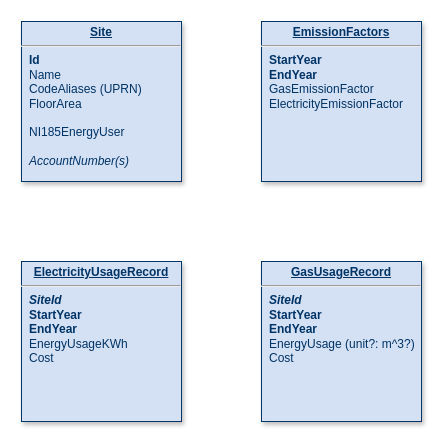
This is documents/database-design/database.drawio from COMP2281/software-engineering-group24-25-19, a draw.io file, before an edit. Source tidied: cells renumbered, new cells numbered last; positions are measured from the earlier drawing's top-left corner, leaving out a move shared by most shapes. Both pictures are drawn from the tidied source at 100%, with x=0, y=0 at pixel (21, 21).
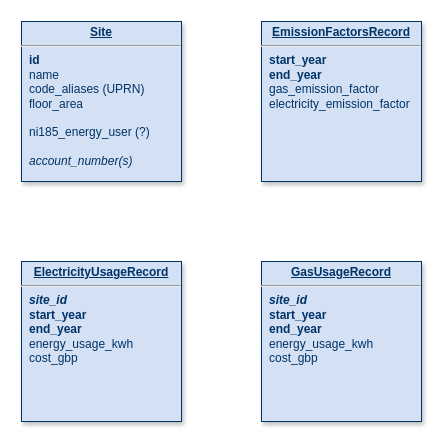
Above is the later version.

Commit message:
docs: update database design diagram

What changed in the source:
```diff
@@
 <mxGraphModel>
   <root>
     <mxCell id="0" />
     <mxCell id="1" parent="0" />
-    <mxCell id="2" value="&lt;p style=&quot;margin: 0px; margin-top: 4px; text-align: center; text-decoration: underline;&quot;&gt;&lt;strong&gt;ElectricityUsageRecord&lt;/strong&gt;&lt;/p&gt;&lt;hr&gt;&lt;p style=&quot;margin: 0px; margin-left: 8px;&quot;&gt;&lt;b&gt;&lt;i&gt;SiteId&lt;/i&gt;&lt;br&gt;&lt;/b&gt;&lt;/p&gt;&lt;p style=&quot;margin: 0px; margin-left: 8px;&quot;&gt;&lt;b&gt;StartYear&lt;br&gt;&lt;/b&gt;&lt;/p&gt;&lt;p style=&quot;margin: 0px; margin-left: 8px;&quot;&gt;&lt;b&gt;EndYear&lt;/b&gt;&lt;/p&gt;&lt;p style=&quot;margin: 0px; margin-left: 8px;&quot;&gt;EnergyUsageKWh&lt;/p&gt;&lt;p style=&quot;margin: 0px; margin-left: 8px;&quot;&gt;Cost&lt;/p&gt;" style="verticalAlign=top;align=left;overflow=fill;fontSize=12;fontFamily=Helvetica;html=1;strokeColor=#003366;shadow=1;fillColor=#D4E1F5;fontColor=#003366;" parent="1" vertex="1">
+    <mxCell id="2" value="&lt;p style=&quot;margin: 0px; margin-top: 4px; text-align: center; text-decoration: underline;&quot;&gt;&lt;strong&gt;ElectricityUsageRecord&lt;/strong&gt;&lt;/p&gt;&lt;hr&gt;&lt;p style=&quot;margin: 0px; margin-left: 8px;&quot;&gt;&lt;b&gt;&lt;i&gt;site_id&lt;/i&gt;&lt;br&gt;&lt;/b&gt;&lt;/p&gt;&lt;p style=&quot;margin: 0px; margin-left: 8px;&quot;&gt;&lt;b&gt;start_year&lt;br&gt;&lt;/b&gt;&lt;/p&gt;&lt;p style=&quot;margin: 0px; margin-left: 8px;&quot;&gt;&lt;b&gt;end_year&lt;/b&gt;&lt;/p&gt;&lt;p style=&quot;margin: 0px; margin-left: 8px;&quot;&gt;energy_usage_kwh&lt;/p&gt;&lt;p style=&quot;margin: 0px; margin-left: 8px;&quot;&gt;cost_gbp&lt;/p&gt;" style="verticalAlign=top;align=left;overflow=fill;fontSize=12;fontFamily=Helvetica;html=1;strokeColor=#003366;shadow=1;fillColor=#D4E1F5;fontColor=#003366;" parent="1" vertex="1">
       <mxGeometry y="240" width="160" height="160" as="geometry" />
     </mxCell>
-    <mxCell id="3" value="&lt;p style=&quot;margin: 0px; margin-top: 4px; text-align: center; text-decoration: underline;&quot;&gt;&lt;strong&gt;Site&lt;br&gt;&lt;/strong&gt;&lt;/p&gt;&lt;hr&gt;&lt;p style=&quot;margin: 0px; margin-left: 8px;&quot;&gt;&lt;b&gt;Id&lt;/b&gt;&lt;/p&gt;&lt;p style=&quot;margin: 0px; margin-left: 8px;&quot;&gt;Name&lt;br&gt;&lt;/p&gt;&lt;p style=&quot;margin: 0px; margin-left: 8px;&quot;&gt;CodeAliases (UPRN)&lt;br&gt;&lt;/p&gt;&lt;p style=&quot;margin: 0px; margin-left: 8px;&quot;&gt;FloorArea&lt;/p&gt;&lt;p style=&quot;margin: 0px; margin-left: 8px;&quot;&gt;&lt;br&gt;&lt;/p&gt;&lt;p style=&quot;margin: 0px; margin-left: 8px;&quot;&gt;NI185EnergyUser&lt;/p&gt;&lt;p style=&quot;margin: 0px; margin-left: 8px;&quot;&gt;&lt;br&gt;&lt;/p&gt;&lt;p style=&quot;margin: 0px; margin-left: 8px;&quot;&gt;&lt;i&gt;AccountNumber(s)&lt;/i&gt;&lt;/p&gt;" style="verticalAlign=top;align=left;overflow=fill;fontSize=12;fontFamily=Helvetica;html=1;strokeColor=#003366;shadow=1;fillColor=#D4E1F5;fontColor=#003366;" parent="1" vertex="1">
+    <mxCell id="3" value="&lt;p style=&quot;margin: 0px; margin-top: 4px; text-align: center; text-decoration: underline;&quot;&gt;&lt;strong&gt;Site&lt;br&gt;&lt;/strong&gt;&lt;/p&gt;&lt;hr&gt;&lt;p style=&quot;margin: 0px; margin-left: 8px;&quot;&gt;&lt;b&gt;id&lt;/b&gt;&lt;/p&gt;&lt;p style=&quot;margin: 0px; margin-left: 8px;&quot;&gt;name&lt;br&gt;&lt;/p&gt;&lt;p style=&quot;margin: 0px; margin-left: 8px;&quot;&gt;code_aliases (UPRN)&lt;br&gt;&lt;/p&gt;&lt;p style=&quot;margin: 0px; margin-left: 8px;&quot;&gt;floor_area&lt;/p&gt;&lt;p style=&quot;margin: 0px; margin-left: 8px;&quot;&gt;&lt;br&gt;&lt;/p&gt;&lt;p style=&quot;margin: 0px; margin-left: 8px;&quot;&gt;ni185_energy_user (?)&lt;/p&gt;&lt;p style=&quot;margin: 0px; margin-left: 8px;&quot;&gt;&lt;br&gt;&lt;/p&gt;&lt;p style=&quot;margin: 0px; margin-left: 8px;&quot;&gt;&lt;i&gt;account_number(s)&lt;/i&gt;&lt;/p&gt;" style="verticalAlign=top;align=left;overflow=fill;fontSize=12;fontFamily=Helvetica;html=1;strokeColor=#003366;shadow=1;fillColor=#D4E1F5;fontColor=#003366;" parent="1" vertex="1">
       <mxGeometry width="160" height="160" as="geometry" />
     </mxCell>
-    <mxCell id="4" value="&lt;p style=&quot;margin: 0px; margin-top: 4px; text-align: center; text-decoration: underline;&quot;&gt;&lt;strong&gt;GasUsageRecord&lt;/strong&gt;&lt;/p&gt;&lt;hr&gt;&lt;p style=&quot;margin: 0px; margin-left: 8px;&quot;&gt;&lt;b&gt;&lt;i&gt;SiteId&lt;/i&gt;&lt;br&gt;&lt;/b&gt;&lt;/p&gt;&lt;p style=&quot;margin: 0px; margin-left: 8px;&quot;&gt;&lt;b&gt;StartYear&lt;br&gt;&lt;/b&gt;&lt;/p&gt;&lt;p style=&quot;margin: 0px; margin-left: 8px;&quot;&gt;&lt;b&gt;EndYear&lt;/b&gt;&lt;/p&gt;&lt;p style=&quot;margin: 0px; margin-left: 8px;&quot;&gt;EnergyUsage (unit?: m^3?)&lt;br&gt;&lt;/p&gt;&lt;p style=&quot;margin: 0px; margin-left: 8px;&quot;&gt;Cost&lt;/p&gt;" style="verticalAlign=top;align=left;overflow=fill;fontSize=12;fontFamily=Helvetica;html=1;strokeColor=#003366;shadow=1;fillColor=#D4E1F5;fontColor=#003366;" parent="1" vertex="1">
+    <mxCell id="4" value="&lt;p style=&quot;margin: 0px; margin-top: 4px; text-align: center; text-decoration: underline;&quot;&gt;&lt;strong&gt;GasUsageRecord&lt;/strong&gt;&lt;/p&gt;&lt;hr&gt;&lt;p style=&quot;margin: 0px; margin-left: 8px;&quot;&gt;&lt;b&gt;&lt;i&gt;site_id&lt;/i&gt;&lt;br&gt;&lt;/b&gt;&lt;/p&gt;&lt;p style=&quot;margin: 0px; margin-left: 8px;&quot;&gt;&lt;b&gt;start_year&lt;br&gt;&lt;/b&gt;&lt;/p&gt;&lt;p style=&quot;margin: 0px; margin-left: 8px;&quot;&gt;&lt;b&gt;end_year&lt;/b&gt;&lt;/p&gt;&lt;p style=&quot;margin: 0px; margin-left: 8px;&quot;&gt;energy_usage_kwh&lt;br&gt;&lt;/p&gt;&lt;p style=&quot;margin: 0px; margin-left: 8px;&quot;&gt;cost_gbp&lt;/p&gt;" style="verticalAlign=top;align=left;overflow=fill;fontSize=12;fontFamily=Helvetica;html=1;strokeColor=#003366;shadow=1;fillColor=#D4E1F5;fontColor=#003366;" parent="1" vertex="1">
       <mxGeometry x="240" y="240" width="160" height="160" as="geometry" />
     </mxCell>
-    <mxCell id="5" value="&lt;p style=&quot;margin: 0px; margin-top: 4px; text-align: center; text-decoration: underline;&quot;&gt;&lt;strong&gt;EmissionFactors&lt;/strong&gt;&lt;/p&gt;&lt;hr&gt;&lt;p style=&quot;margin: 0px; margin-left: 8px;&quot;&gt;&lt;b&gt;StartYear&lt;/b&gt;&lt;/p&gt;&lt;p style=&quot;margin: 0px; margin-left: 8px;&quot;&gt;&lt;b&gt;EndYear&lt;/b&gt;&lt;br&gt;&lt;/p&gt;&lt;p style=&quot;margin: 0px; margin-left: 8px;&quot;&gt;GasEmissionFactor&lt;/p&gt;&lt;p style=&quot;margin: 0px; margin-left: 8px;&quot;&gt;ElectricityEmissionFactor&lt;/p&gt;" style="verticalAlign=top;align=left;overflow=fill;fontSize=12;fontFamily=Helvetica;html=1;strokeColor=#003366;shadow=1;fillColor=#D4E1F5;fontColor=#003366;" parent="1" vertex="1">
+    <mxCell id="5" value="&lt;p style=&quot;margin: 0px; margin-top: 4px; text-align: center; text-decoration: underline;&quot;&gt;&lt;strong&gt;EmissionFactorsRecord&lt;/strong&gt;&lt;/p&gt;&lt;hr&gt;&lt;p style=&quot;margin: 0px; margin-left: 8px;&quot;&gt;&lt;b&gt;start_year&lt;/b&gt;&lt;/p&gt;&lt;p style=&quot;margin: 0px; margin-left: 8px;&quot;&gt;&lt;b&gt;end_year&lt;/b&gt;&lt;br&gt;&lt;/p&gt;&lt;p style=&quot;margin: 0px; margin-left: 8px;&quot;&gt;gas_emission_factor&lt;/p&gt;&lt;p style=&quot;margin: 0px; margin-left: 8px;&quot;&gt;electricity_emission_factor&lt;/p&gt;" style="verticalAlign=top;align=left;overflow=fill;fontSize=12;fontFamily=Helvetica;html=1;strokeColor=#003366;shadow=1;fillColor=#D4E1F5;fontColor=#003366;" parent="1" vertex="1">
       <mxGeometry x="240" width="160" height="160" as="geometry" />
     </mxCell>
   </root>
 </mxGraphModel>
```
